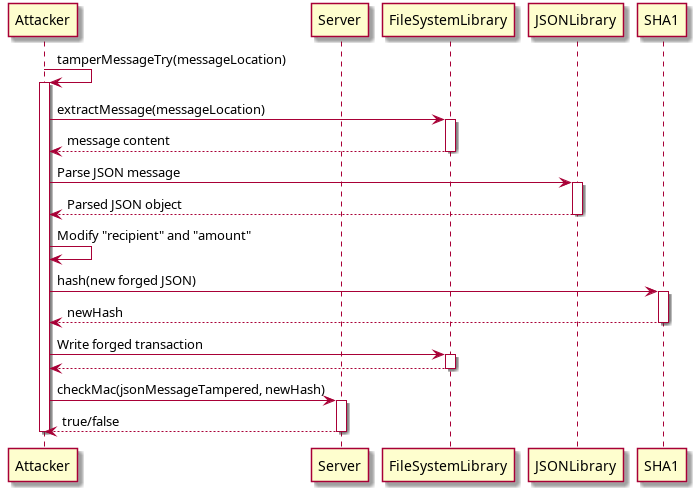
The PlantUML diagram Cryptopals_resolutions/4-Set_4/cryptopals_set_4_problem_28/uml_diagrams/sequence_diagram.png in Photon-einstein/Cryptopals, before a commit. Its source is kept beside it as Cryptopals_resolutions/4-Set_4/cryptopals_set_4_problem_28/uml_diagrams/sequence_diagram.puml.
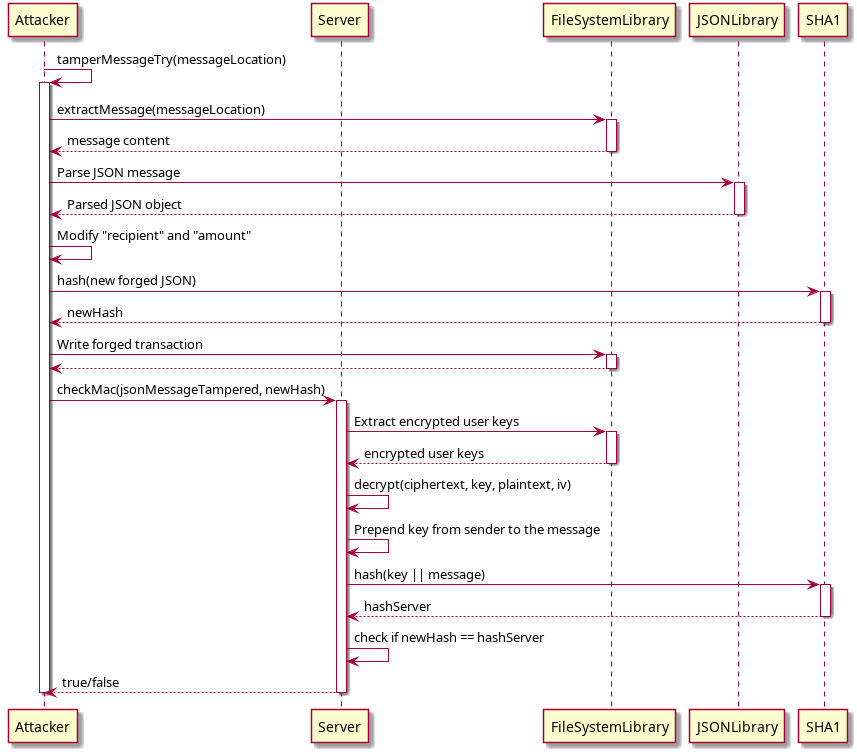
After the commit.

Commit message:
Update uml diagrams

The edit, as a diff of the source:
```diff
@@ -31,7 +31,23 @@
 deactivate FileSystemLibrary
 
 Attacker -> Server: checkMac(jsonMessageTampered, newHash)
+
 activate Server
+Server -> FileSystemLibrary: Extract encrypted user keys
+
+activate FileSystemLibrary
+FileSystemLibrary --> Server: encrypted user keys
+deactivate FileSystemLibrary
+
+Server -> Server: decrypt(ciphertext, key, plaintext, iv)
+Server -> Server: Prepend key from sender to the message
+Server -> SHA1: hash(key || message)
+
+activate SHA1
+SHA1 --> Server: hashServer
+deactivate SHA1
+
+Server -> Server: check if newHash == hashServer
 Server --> Attacker: true/false
 deactivate Server
 
```
